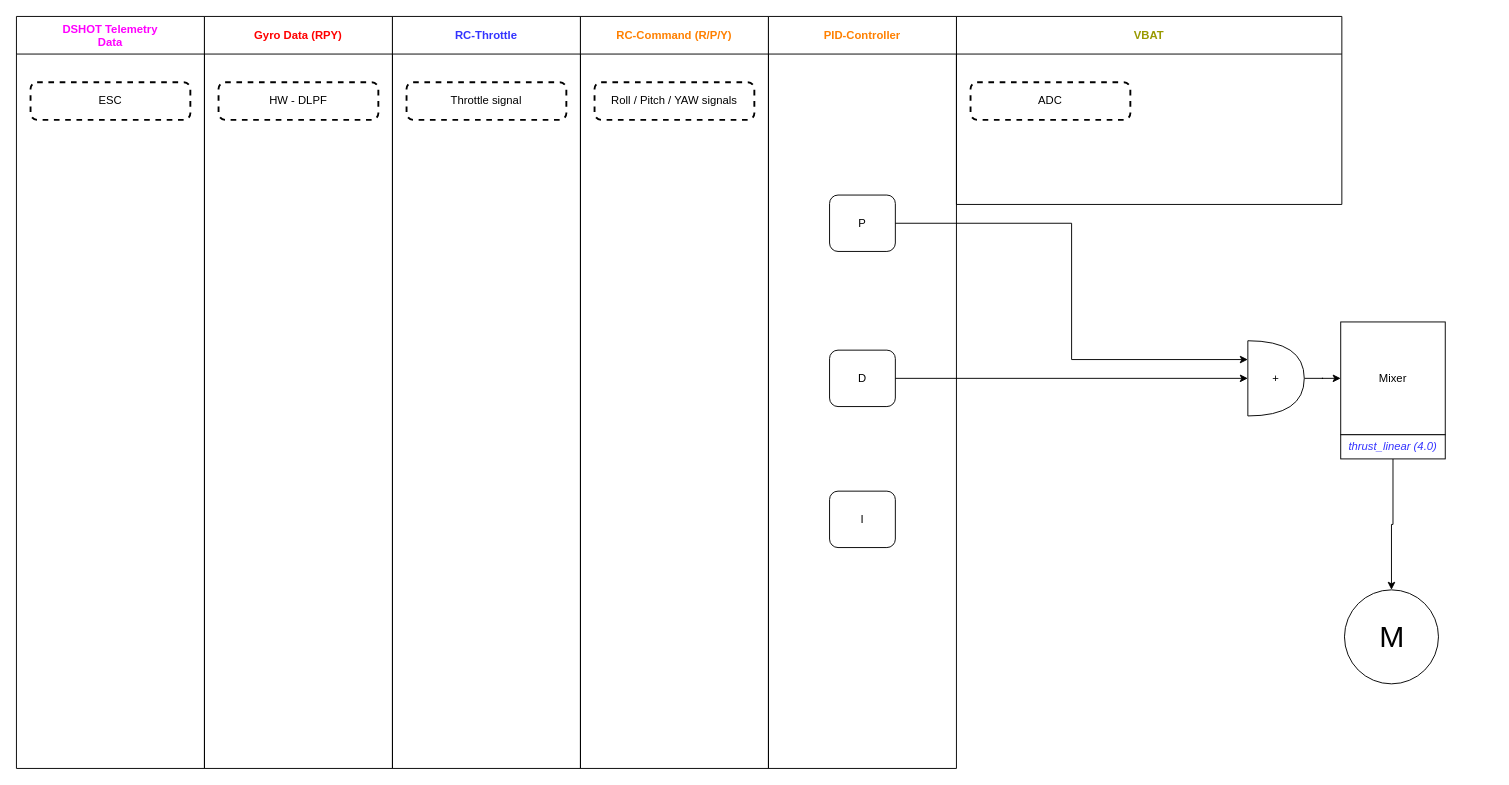
mrRobot62/PIDtoolbox keeps this draw.io diagram as images/Untitled Diagram.drawio. Above is the earlier version. Source tidied: cells renumbered, new cells numbered last; positions are measured from the earlier drawing's top-left corner, leaving out a move shared by most shapes. Both pictures are drawn from the tidied source at 94%, with x=0, y=0 at pixel (16, 16).
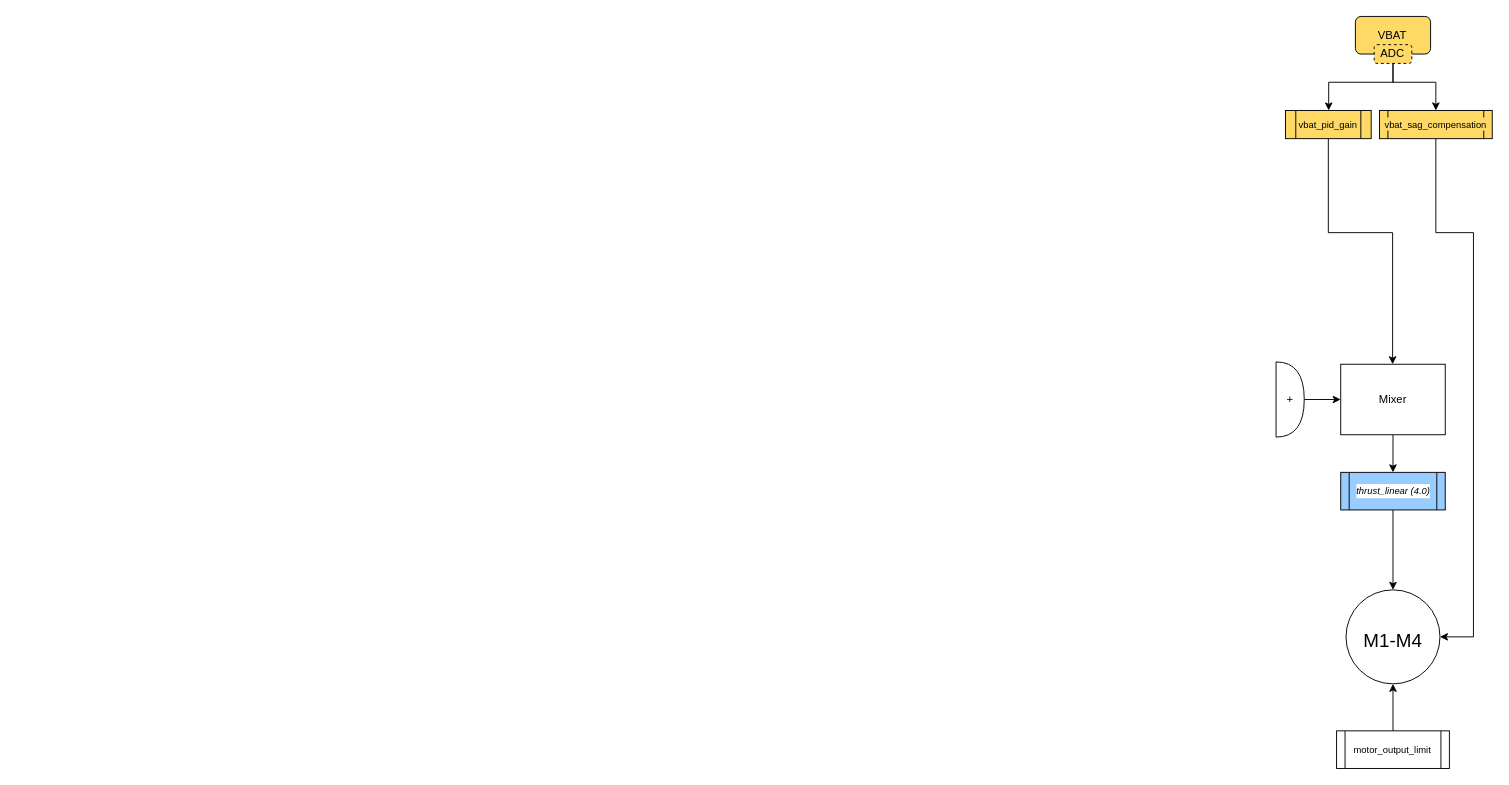
Above is the later version.

Change to the diagram source:
```diff
@@
-    <mxCell id="2" value="DSHOT Telemetry&#10;Data" style="swimlane;startSize=40;fontColor=#FF00FF;" parent="1" vertex="1">
-      <mxGeometry width="200" height="800" as="geometry" />
-    </mxCell>
-    <mxCell id="3" value="ESC" style="rounded=1;whiteSpace=wrap;html=1;absoluteArcSize=1;arcSize=14;strokeWidth=2;dashed=1;" parent="2" vertex="1">
-      <mxGeometry x="15" y="70" width="170" height="40" as="geometry" />
-    </mxCell>
-    <mxCell id="4" value="Gyro Data (RPY)" style="swimlane;startSize=40;fontColor=#FF0000;" parent="1" vertex="1">
-      <mxGeometry x="200" width="200" height="800" as="geometry" />
-    </mxCell>
-    <mxCell id="5" value="HW - DLPF" style="rounded=1;whiteSpace=wrap;html=1;absoluteArcSize=1;arcSize=14;strokeWidth=2;dashed=1;" parent="4" vertex="1">
-      <mxGeometry x="15" y="70" width="170" height="40" as="geometry" />
-    </mxCell>
-    <mxCell id="6" value="RC-Throttle" style="swimlane;startSize=40;fontColor=#3333FF;" parent="1" vertex="1">
-      <mxGeometry x="400" width="200" height="800" as="geometry" />
-    </mxCell>
-    <mxCell id="7" value="Throttle signal" style="rounded=1;whiteSpace=wrap;html=1;absoluteArcSize=1;arcSize=14;strokeWidth=2;dashed=1;" parent="6" vertex="1">
-      <mxGeometry x="15" y="70" width="170" height="40" as="geometry" />
-    </mxCell>
-    <mxCell id="8" value="RC-Command (R/P/Y)" style="swimlane;startSize=40;fontColor=#FF8000;" parent="1" vertex="1">
-      <mxGeometry x="600" width="200" height="800" as="geometry" />
-    </mxCell>
-    <mxCell id="9" value="Roll / Pitch / YAW signals" style="rounded=1;whiteSpace=wrap;html=1;absoluteArcSize=1;arcSize=14;strokeWidth=2;dashed=1;" parent="8" vertex="1">
-      <mxGeometry x="15" y="70" width="170" height="40" as="geometry" />
-    </mxCell>
+    <mxCell id="12" value="&lt;font style=&quot;font-size: 20px&quot;&gt;M1-M4&lt;/font&gt;" style="verticalLabelPosition=middle;shadow=0;dashed=0;align=center;html=1;verticalAlign=middle;strokeWidth=1;shape=ellipse;fontSize=32;perimeter=ellipsePerimeter;" parent="1" vertex="1">
+      <mxGeometry x="1414.4" y="610" width="100" height="100" as="geometry" />
+    </mxCell>
+    <mxCell id="13" style="edgeStyle=orthogonalEdgeStyle;rounded=0;jettySize=auto;html=1;exitX=0.5;exitY=1;exitDx=0;exitDy=0;" parent="1" edge="1" source="20" target="12">
+      <mxGeometry relative="1" as="geometry" />
+    </mxCell>
+    <mxCell id="21" style="edgeStyle=orthogonalEdgeStyle;rounded=0;jettySize=auto;html=1;" parent="1" edge="1" source="22" target="19">
+      <mxGeometry relative="1" as="geometry" />
+    </mxCell>
+    <mxCell id="22" value="+" style="shape=or;whiteSpace=wrap;html=1;" parent="1" vertex="1">
+      <mxGeometry x="1340" y="367.5" width="30" height="80" as="geometry" />
+    </mxCell>
+    <mxCell id="25" style="edgeStyle=orthogonalEdgeStyle;rounded=0;jettySize=auto;html=1;" parent="1" edge="1" source="26" target="19">
+      <mxGeometry relative="1" as="geometry">
+        <Array as="points">
+          <mxPoint x="1396" y="230" />
+          <mxPoint x="1464" y="230" />
+        </Array>
+      </mxGeometry>
+    </mxCell>
+    <mxCell id="26" value="&lt;div class=&quot;page&quot; title=&quot;Page 1&quot;&gt;&lt;div class=&quot;section&quot;&gt;&lt;div class=&quot;layoutArea&quot;&gt;&lt;div class=&quot;column&quot;&gt;&lt;p&gt;&lt;span style=&quot;font-family: &amp;#34;liberationsans&amp;#34; ; background-color: rgb(255 , 217 , 102)&quot;&gt;&lt;font style=&quot;font-size: 10px&quot;&gt;vbat_pid_gain&lt;/font&gt;&lt;/span&gt;&lt;/p&gt;&lt;/div&gt;&lt;/div&gt;&lt;/div&gt;&lt;/div&gt;" style="shape=process;whiteSpace=wrap;html=1;backgroundOutline=1;strokeWidth=1;fillColor=#FFD966;size=0.12299934224950698;" parent="1" vertex="1">
+      <mxGeometry x="1350" y="100" width="91.2" height="30" as="geometry" />
+    </mxCell>
+    <mxCell id="27" style="group;" parent="1" vertex="1">
+      <mxGeometry x="1424.4" width="80" height="50" as="geometry" />
+    </mxCell>
-    <mxCell id="10" value="VBAT" style="swimlane;startSize=40;fontColor=#999900;" parent="1" vertex="1">
-      <mxGeometry x="1000" width="410" height="200" as="geometry" />
+    <mxCell id="10" value="VBAT" style="rounded=1;whiteSpace=wrap;html=1;strokeWidth=1;fillColor=#FFD966;" parent="27" vertex="1">
+      <mxGeometry width="80" height="40" as="geometry" />
     </mxCell>
-    <mxCell id="11" value="ADC" style="rounded=1;whiteSpace=wrap;html=1;absoluteArcSize=1;arcSize=14;strokeWidth=2;dashed=1;" parent="10" vertex="1">
-      <mxGeometry x="15" y="70" width="170" height="40" as="geometry" />
+    <mxCell id="11" value="ADC" style="rounded=1;whiteSpace=wrap;html=1;strokeWidth=1;fillColor=#FFD966;dashed=1;" parent="27" vertex="1">
+      <mxGeometry x="20" y="30" width="40" height="20" as="geometry" />
     </mxCell>
-    <mxCell id="12" value="M" style="verticalLabelPosition=middle;shadow=0;dashed=0;align=center;html=1;verticalAlign=middle;strokeWidth=1;shape=ellipse;fontSize=32;perimeter=ellipsePerimeter;" parent="1" vertex="1">
-      <mxGeometry x="1412.8" y="610" width="100" height="100" as="geometry" />
-    </mxCell>
-    <mxCell id="13" style="edgeStyle=orthogonalEdgeStyle;rounded=0;jettySize=auto;html=1;" parent="1" edge="1" source="20" target="12">
-      <mxGeometry relative="1" as="geometry" />
-    </mxCell>
-    <mxCell id="14" value="PID-Controller" style="swimlane;startSize=40;fontColor=#FF8000;" parent="1" vertex="1">
-      <mxGeometry x="800" width="200" height="800" as="geometry" />
-    </mxCell>
-    <mxCell id="15" value="P" style="rounded=1;whiteSpace=wrap;html=1;" parent="14" vertex="1">
-      <mxGeometry x="65" y="190" width="70" height="60" as="geometry" />
-    </mxCell>
-    <mxCell id="16" value="I" style="rounded=1;whiteSpace=wrap;html=1;" parent="14" vertex="1">
-      <mxGeometry x="65" y="505" width="70" height="60" as="geometry" />
-    </mxCell>
-    <mxCell id="17" value="D" style="rounded=1;whiteSpace=wrap;html=1;" parent="14" vertex="1">
-      <mxGeometry x="65" y="355" width="70" height="60" as="geometry" />
-    </mxCell>
-    <mxCell id="18" style="group;" parent="1" vertex="1">
-      <mxGeometry x="1408.8" y="325" width="111.2" height="145.7" as="geometry" />
-    </mxCell>
+    <mxCell id="28" style="edgeStyle=orthogonalEdgeStyle;rounded=0;jettySize=auto;html=1;entryX=1;entryY=0.5;entryDx=0;entryDy=0;exitX=0.5;exitY=1;exitDx=0;exitDy=0;" parent="1" edge="1" source="29" target="12">
+      <mxGeometry relative="1" as="geometry">
+        <Array as="points">
+          <mxPoint x="1510" y="230" />
+          <mxPoint x="1550" y="230" />
+          <mxPoint x="1550" y="660" />
+        </Array>
+      </mxGeometry>
+    </mxCell>
+    <mxCell id="29" value="&lt;div class=&quot;page&quot; title=&quot;Page 1&quot;&gt;&lt;div class=&quot;section&quot;&gt;&lt;div class=&quot;layoutArea&quot;&gt;&lt;div class=&quot;column&quot;&gt;&lt;div class=&quot;page&quot; title=&quot;Page 1&quot;&gt;&lt;div class=&quot;section&quot;&gt;&lt;div class=&quot;layoutArea&quot;&gt;&lt;div class=&quot;column&quot;&gt;&lt;p&gt;&lt;span style=&quot;font-family: &amp;#34;liberationsans&amp;#34; ; background-color: rgb(255 , 217 , 102)&quot;&gt;&lt;font style=&quot;font-size: 10px&quot;&gt;vbat_sag_compensation&lt;/font&gt;&lt;/span&gt;&lt;/p&gt;&lt;/div&gt;&lt;/div&gt;&lt;/div&gt;&lt;/div&gt;&lt;/div&gt;&lt;/div&gt;&lt;/div&gt;&lt;/div&gt;" style="shape=process;whiteSpace=wrap;html=1;backgroundOutline=1;strokeWidth=1;fillColor=#FFD966;size=0.07692307692307693;" parent="1" vertex="1">
+      <mxGeometry x="1450" y="100" width="120" height="30" as="geometry" />
+    </mxCell>
+    <mxCell id="30" style="edgeStyle=orthogonalEdgeStyle;rounded=0;jettySize=auto;html=1;entryX=0.5;entryY=0;entryDx=0;entryDy=0;" parent="1" edge="1" source="11" target="29">
+      <mxGeometry relative="1" as="geometry">
+        <Array as="points">
+          <mxPoint x="1464" y="70" />
+          <mxPoint x="1510" y="70" />
+        </Array>
+      </mxGeometry>
+    </mxCell>
+    <mxCell id="31" style="edgeStyle=orthogonalEdgeStyle;rounded=0;jettySize=auto;html=1;" parent="1" edge="1" source="11" target="26">
+      <mxGeometry relative="1" as="geometry">
+        <Array as="points">
+          <mxPoint x="1464" y="70" />
+          <mxPoint x="1396" y="70" />
+        </Array>
+      </mxGeometry>
+    </mxCell>
+    <mxCell id="32" style="edgeStyle=orthogonalEdgeStyle;rounded=0;jettySize=auto;html=1;entryX=0.5;entryY=1;entryDx=0;entryDy=0;" parent="1" edge="1" source="33" target="12">
+      <mxGeometry relative="1" as="geometry" />
+    </mxCell>
+    <mxCell id="33" value="&lt;div class=&quot;page&quot; title=&quot;Page 1&quot;&gt;&lt;div class=&quot;section&quot;&gt;&lt;div class=&quot;layoutArea&quot;&gt;&lt;div class=&quot;column&quot;&gt;&lt;div class=&quot;page&quot; title=&quot;Page 1&quot;&gt;&lt;div class=&quot;section&quot; style=&quot;background-color: rgb(255 , 255 , 255)&quot;&gt;&lt;div class=&quot;layoutArea&quot;&gt;&lt;div class=&quot;column&quot;&gt;&lt;p&gt;&lt;span style=&quot;font-family: &amp;#34;liberationsans&amp;#34;&quot;&gt;&lt;font style=&quot;font-size: 10px&quot;&gt;motor_output_limit&lt;/font&gt;&lt;/span&gt;&lt;/p&gt;&lt;/div&gt;&lt;/div&gt;&lt;/div&gt;&lt;/div&gt;&lt;/div&gt;&lt;/div&gt;&lt;/div&gt;&lt;/div&gt;" style="shape=process;whiteSpace=wrap;html=1;backgroundOutline=1;strokeWidth=1;size=0.07692307692307693;fillColor=#FFFFFF;" parent="1" vertex="1">
+      <mxGeometry x="1404.4" y="760" width="120" height="40" as="geometry" />
+    </mxCell>
+    <mxCell id="34" style="edgeStyle=orthogonalEdgeStyle;rounded=0;jettySize=auto;html=1;entryX=0.5;entryY=0;entryDx=0;entryDy=0;" parent="1" edge="1" source="19" target="20">
+      <mxGeometry relative="1" as="geometry" />
+    </mxCell>
-    <mxCell id="19" value="Mixer" style="whiteSpace=wrap;html=1;align=center;newEdgeStyle={&quot;edgeStyle&quot;:&quot;elbowEdgeStyle&quot;,&quot;startArrow&quot;:&quot;none&quot;,&quot;endArrow&quot;:&quot;none&quot;};rounded=0;rotation=0;" parent="18" vertex="1">
-      <mxGeometry width="111.2" height="120" as="geometry" />
+    <mxCell id="19" value="Mixer" style="whiteSpace=wrap;html=1;align=center;newEdgeStyle={&quot;edgeStyle&quot;:&quot;elbowEdgeStyle&quot;,&quot;startArrow&quot;:&quot;none&quot;,&quot;endArrow&quot;:&quot;none&quot;};rounded=0;rotation=0;" parent="1" vertex="1">
+      <mxGeometry x="1408.8" y="370" width="111.2" height="75" as="geometry" />
     </mxCell>
-    <mxCell id="20" value="&lt;i&gt;&lt;font&gt;thrust_linear (4.0)&lt;/font&gt;&lt;/i&gt;" style="whiteSpace=wrap;html=1;align=center;newEdgeStyle={&quot;edgeStyle&quot;:&quot;elbowEdgeStyle&quot;,&quot;startArrow&quot;:&quot;none&quot;,&quot;endArrow&quot;:&quot;none&quot;};rounded=0;rotation=0;fontColor=#3333FF;" parent="18" vertex="1">
-      <mxGeometry y="120" width="111.2" height="25.7" as="geometry" />
+    <mxCell id="20" value="&lt;div class=&quot;page&quot; title=&quot;Page 1&quot;&gt;&lt;div class=&quot;section&quot;&gt;&lt;div class=&quot;layoutArea&quot;&gt;&lt;div class=&quot;column&quot;&gt;&lt;div class=&quot;page&quot; title=&quot;Page 1&quot;&gt;&lt;div class=&quot;section&quot; style=&quot;background-color: rgb(255 , 255 , 255)&quot;&gt;&lt;div class=&quot;layoutArea&quot;&gt;&lt;div class=&quot;column&quot;&gt;&lt;p&gt;&lt;i&gt;&lt;font style=&quot;font-size: 10px&quot;&gt;thrust_linear (4.0)&lt;/font&gt;&lt;/i&gt;&lt;br&gt;&lt;/p&gt;&lt;/div&gt;&lt;/div&gt;&lt;/div&gt;&lt;/div&gt;&lt;/div&gt;&lt;/div&gt;&lt;/div&gt;&lt;/div&gt;" style="shape=process;whiteSpace=wrap;html=1;backgroundOutline=1;strokeWidth=1;size=0.07692307692307693;fillColor=#99CCFF;" parent="1" vertex="1">
+      <mxGeometry x="1408.8" y="485" width="111.2" height="40" as="geometry" />
     </mxCell>
-    <mxCell id="21" style="edgeStyle=orthogonalEdgeStyle;rounded=0;jettySize=auto;html=1;" parent="1" edge="1" source="22" target="19">
-      <mxGeometry relative="1" as="geometry" />
-    </mxCell>
-    <mxCell id="22" value="+" style="shape=or;whiteSpace=wrap;html=1;" parent="1" vertex="1">
-      <mxGeometry x="1310" y="345" width="60" height="80" as="geometry" />
-    </mxCell>
-    <mxCell id="23" style="edgeStyle=orthogonalEdgeStyle;rounded=0;jettySize=auto;html=1;entryX=0;entryY=0.25;entryDx=0;entryDy=0;entryPerimeter=0;" parent="1" edge="1" source="15" target="22">
-      <mxGeometry relative="1" as="geometry" />
-    </mxCell>
-    <mxCell id="24" style="edgeStyle=orthogonalEdgeStyle;rounded=0;jettySize=auto;html=1;entryX=0;entryY=0.5;entryDx=0;entryDy=0;entryPerimeter=0;" parent="1" edge="1" source="17" target="22">
-      <mxGeometry relative="1" as="geometry" />
-    </mxCell>
```
